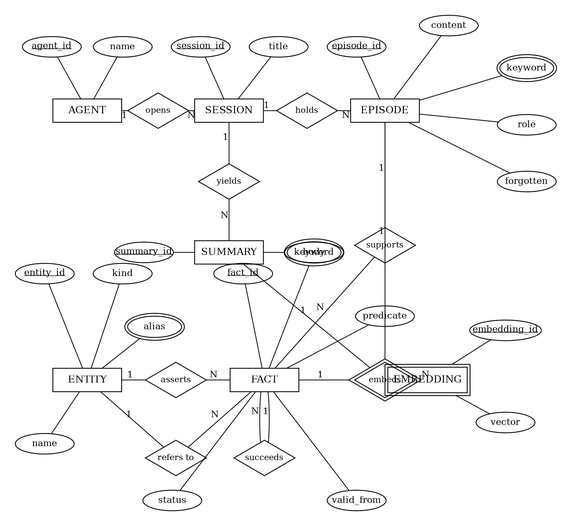
Earlier version of the Graphviz export ta3-implementation/screenshots/er.png (HKTITAN/dbms-agent-memory). Its source is kept beside it as ta3-implementation/diagrams/er.dot.
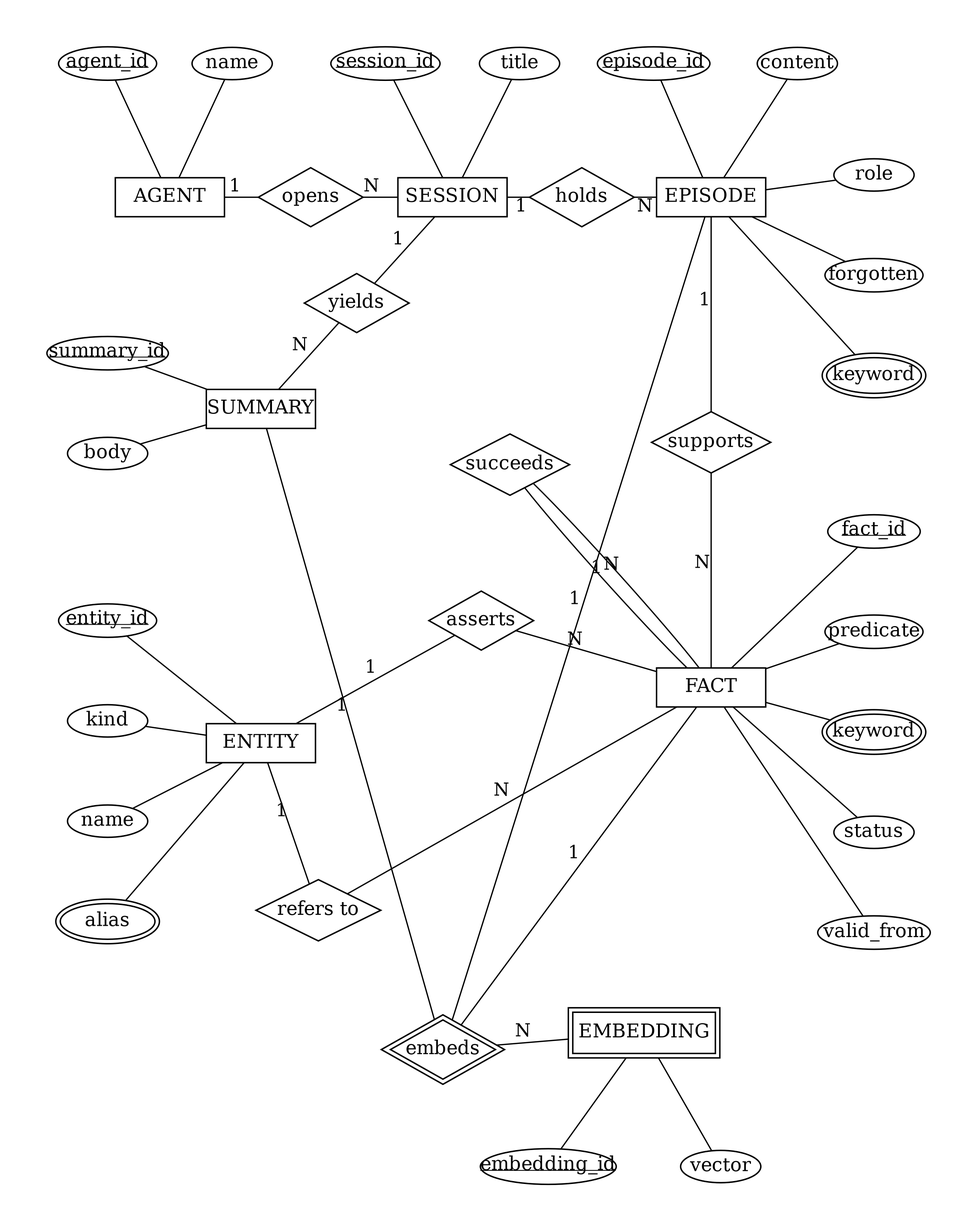
The same file after the commit.

Commit message:
Space the Chen ER diagram so shapes, labels, and edges no longer overlap.

What changed in the source:
```diff
@@ -1,60 +1,49 @@
 digraph chen {
   layout=neato;
   bgcolor=white;
-  pad=0.3;
+  pad=0.35;
   splines=true;
-  node [fontname="Times-Roman", fontsize=14, color=black, fontcolor=black, penwidth=1.2];
-  edge [dir=none, color=black, fontname="Times-Roman", fontsize=13, penwidth=1.1];
-
-  node [shape=box, peripheries=1, fixedsize=true, width=1.35, height=0.46];
-  AGENT   [label="AGENT",   pos="80,560!"];
-  SESSION [label="SESSION", pos="280,560!"];
-  EPISODE [label="EPISODE", pos="500,560!"];
-  SUMMARY [label="SUMMARY", pos="280,360!"];
-  ENTITY  [label="ENTITY",  pos="80,180!"];
-  FACT    [label="FACT",    pos="330,180!"];
-
-  node [shape=box, peripheries=2, fixedsize=true, width=1.55, height=0.5];
-  EMBEDDING [label="EMBEDDING", pos="560,180!"];
-
-  node [shape=diamond, peripheries=1, fixedsize=true, width=1.2, height=0.7, fontsize=12];
-  opens    [label="opens",     pos="180,560!"];
-  holds    [label="holds",     pos="390,560!"];
-  yields   [label="yields",    pos="280,460!"];
-  asserts  [label="asserts",   pos="205,180!"];
-  refers   [label="refers to", pos="205,70!"];
-  supports [label="supports",  pos="500,370!"];
-  succeeds [label="succeeds",  pos="330,70!"];
-
-  node [shape=diamond, peripheries=2, fixedsize=true, width=1.2, height=0.7, fontsize=12];
-  embeds [label="embeds", pos="500,180!"];
-
-  node [shape=ellipse, peripheries=1, fixedsize=true, width=1.15, height=0.4, fontsize=13];
-  agent_id   [label=<<U>agent_id</U>>,     pos="30,650!"];
-  agent_name [label="name",                pos="130,650!"];
-  session_id [label=<<U>session_id</U>>,   pos="240,650!"];
-  title      [label="title",               pos="350,650!"];
-  episode_id [label=<<U>episode_id</U>>,   pos="460,650!"];
-  content    [label="content",             pos="590,680!"];
-  role       [label="role",                pos="700,540!"];
-  forgotten  [label="forgotten",           pos="700,460!"];
-  summary_id [label=<<U>summary_id</U>>,   pos="160,360!"];
-  body       [label="body",                pos="400,360!"];
-  entity_id  [label=<<U>entity_id</U>>,    pos="20,330!"];
-  ename      [label="name",                pos="20,90!"];
-  kind       [label="kind",                pos="130,330!"];
-  fact_id    [label=<<U>fact_id</U>>,      pos="300,330!"];
-  predicate  [label="predicate",           pos="500,270!"];
-  status     [label="status",              pos="200,10!"];
-  valid_from [label="valid_from",          pos="460,10!"];
-  emb_id     [label=<<U>embedding_id</U>>, pos="670,250!", width=1.4];
-  vector     [label="vector",              pos="670,120!"];
-
-  node [shape=ellipse, peripheries=2, fixedsize=true, width=1.05, height=0.42, fontsize=13];
-  alias   [label="alias",   pos="175,255!"];
-  kw_ep   [label="keyword", pos="700,620!"];
-  kw_fact [label="keyword", pos="400,360!"];
-
+  node [fontname="Times-Roman", fontsize=17, color=black, fontcolor=black, penwidth=1.3, fixedsize=true];
+  margin_ll [shape=point, style=invis, label="", width=0.02, height=0.02, pos="65.3,38.2!"];
+  margin_ur [shape=point, style=invis, label="", width=0.02, height=0.02, pos="890.4,1091.1!"];
+  edge [dir=none, color=black, fontname="Times-Roman", fontsize=16, penwidth=1.15];
+  agent_id [shape=ellipse, peripheries=1, label=<<U>agent_id</U>>, width=1.22, height=0.42, pos="136.0,1060.0!"];
+  agent_name [shape=ellipse, peripheries=1, label="name", width=1.00, height=0.40, pos="247.8,1060.0!"];
+  AGENT [shape=box, peripheries=1, label="AGENT", width=1.36, height=0.48, pos="191.9,940.0!"];
+  session_id [shape=ellipse, peripheries=1, label=<<U>session_id</U>>, width=1.36, height=0.42, pos="385.4,1060.0!"];
+  title [shape=ellipse, peripheries=1, label="title", width=1.00, height=0.40, pos="505.8,1060.0!"];
+  SESSION [shape=box, peripheries=1, label="SESSION", width=1.36, height=0.48, pos="445.6,940.0!"];
+  episode_id [shape=ellipse, peripheries=1, label=<<U>episode_id</U>>, width=1.40, height=0.42, pos="626.2,1060.0!"];
+  content [shape=ellipse, peripheries=1, label="content", width=1.00, height=0.40, pos="755.2,1060.0!"];
+  EPISODE [shape=box, peripheries=1, label="EPISODE", width=1.36, height=0.48, pos="677.8,940.0!"];
+  role [shape=ellipse, peripheries=1, label="role", width=1.00, height=0.40, pos="824.0,960.0!"];
+  forgotten [shape=ellipse, peripheries=1, label="forgotten", width=1.22, height=0.42, pos="824.0,870.0!"];
+  kw_ep [shape=ellipse, peripheries=2, label="keyword", width=1.18, height=0.44, pos="824.0,780.0!"];
+  summary_id [shape=ellipse, peripheries=1, label=<<U>summary_id</U>>, width=1.52, height=0.42, pos="136.0,800.0!"];
+  body [shape=ellipse, peripheries=1, label="body", width=1.00, height=0.40, pos="136.0,710.0!"];
+  SUMMARY [shape=box, peripheries=1, label="SUMMARY", width=1.36, height=0.48, pos="273.6,750.0!"];
+  entity_id [shape=ellipse, peripheries=1, label=<<U>entity_id</U>>, width=1.22, height=0.42, pos="136.0,560.0!"];
+  kind [shape=ellipse, peripheries=1, label="kind", width=1.00, height=0.40, pos="136.0,470.0!"];
+  ename [shape=ellipse, peripheries=1, label="name", width=1.00, height=0.40, pos="136.0,380.0!"];
+  alias [shape=ellipse, peripheries=2, label="alias", width=1.18, height=0.44, pos="136.0,290.0!"];
+  ENTITY [shape=box, peripheries=1, label="ENTITY", width=1.36, height=0.48, pos="273.6,450.0!"];
+  fact_id [shape=ellipse, peripheries=1, label=<<U>fact_id</U>>, width=1.15, height=0.42, pos="824.0,640.0!"];
+  predicate [shape=ellipse, peripheries=1, label="predicate", width=1.22, height=0.42, pos="824.0,550.0!"];
+  kw_fact [shape=ellipse, peripheries=2, label="keyword", width=1.18, height=0.44, pos="824.0,460.0!"];
+  status [shape=ellipse, peripheries=1, label="status", width=1.00, height=0.40, pos="824.0,370.0!"];
+  valid_from [shape=ellipse, peripheries=1, label="valid_from", width=1.40, height=0.42, pos="824.0,280.0!"];
+  FACT [shape=box, peripheries=1, label="FACT", width=1.36, height=0.48, pos="677.8,500.0!"];
+  emb_id [shape=ellipse, peripheries=1, label=<<U>embedding_id</U>>, width=1.70, height=0.44, pos="531.6,70.0!"];
+  vector [shape=ellipse, peripheries=1, label="vector", width=1.00, height=0.40, pos="686.4,70.0!"];
+  EMBEDDING [shape=box, peripheries=2, label="EMBEDDING", width=1.78, height=0.52, pos="617.6,190.0!"];
+  opens [shape=diamond, peripheries=1, label="opens", width=1.30, height=0.74, pos="318.3,940.0!"];
+  holds [shape=diamond, peripheries=1, label="holds", width=1.30, height=0.74, pos="561.7,940.0!"];
+  yields [shape=diamond, peripheries=1, label="yields", width=1.30, height=0.74, pos="359.6,845.0!"];
+  supports [shape=diamond, peripheries=1, label="supports", width=1.48, height=0.76, pos="677.8,720.0!"];
+  asserts [shape=diamond, peripheries=1, label="asserts", width=1.30, height=0.74, pos="471.4,560.0!"];
+  refers [shape=diamond, peripheries=1, label="refers to", width=1.55, height=0.76, pos="325.2,300.0!"];
+  succeeds [shape=diamond, peripheries=1, label="succeeds", width=1.48, height=0.76, pos="497.2,700.0!"];
+  embeds [shape=diamond, peripheries=2, label="embeds", width=1.30, height=0.74, pos="437.0,175.0!"];
   AGENT -> agent_id;
   AGENT -> agent_name;
   SESSION -> session_id;
@@ -67,33 +56,32 @@
   SUMMARY -> summary_id;
   SUMMARY -> body;
   ENTITY -> entity_id;
+  ENTITY -> kind;
   ENTITY -> ename;
-  ENTITY -> kind;
   ENTITY -> alias;
   FACT -> fact_id;
   FACT -> predicate;
+  FACT -> kw_fact;
   FACT -> status;
   FACT -> valid_from;
-  FACT -> kw_fact;
   EMBEDDING -> emb_id;
   EMBEDDING -> vector;
-
   AGENT -> opens [label="1"];
   opens -> SESSION [label="N"];
   SESSION -> holds [label="1"];
   holds -> EPISODE [label="N"];
   SESSION -> yields [label="1"];
   yields -> SUMMARY [label="N"];
+  EPISODE -> supports [label="1"];
+  supports -> FACT [label="N"];
+  FACT -> succeeds [label="1"];
+  succeeds -> FACT [label="N"];
   ENTITY -> asserts [label="1"];
   asserts -> FACT [label="N"];
   ENTITY -> refers [label="1"];
   refers -> FACT [label="N"];
-  EPISODE -> supports [label="1"];
-  supports -> FACT [label="N"];
-  FACT -> succeeds [label="1"];
-  succeeds -> FACT [label="N", constraint=false];
+  SUMMARY -> embeds [label="1"];
   EPISODE -> embeds [label="1"];
   FACT -> embeds [label="1"];
-  SUMMARY -> embeds [label="1"];
   embeds -> EMBEDDING [label="N"];
 }
```
